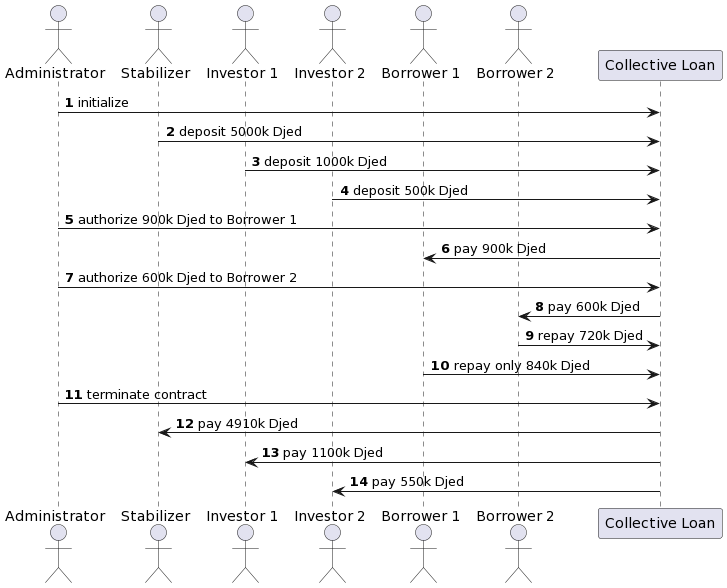
Above: stabilized-collective-loan-interaction.png in input-output-hk/real-world-marlowe (PlantUML), before the change.
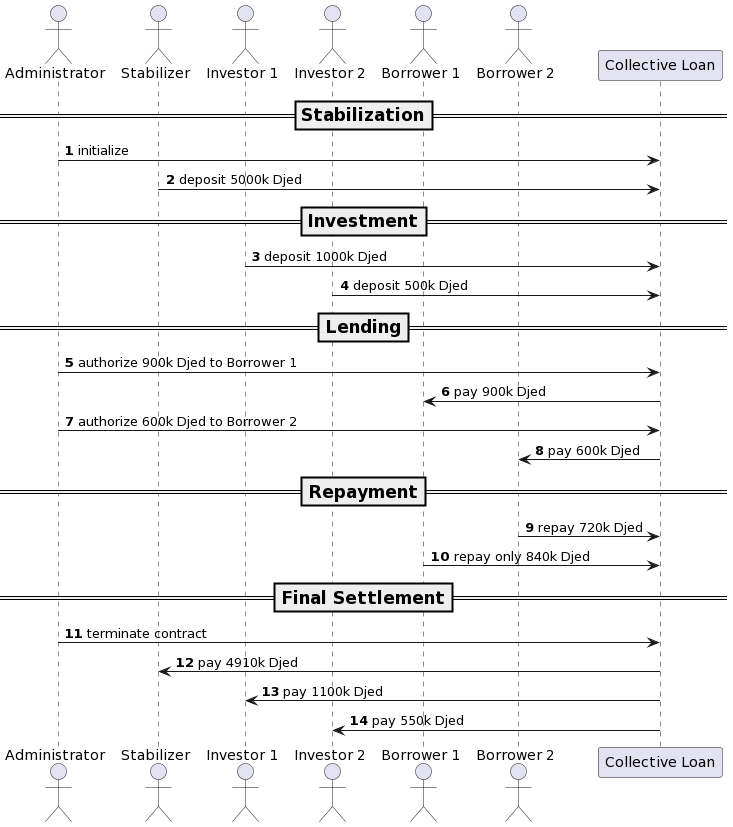
Later version of the same file.

Commit message:
SCP-4403 Attempted to run stabilized collective loan.

The edit, as a diff of the source:
```diff
@@ -11,12 +11,18 @@
 actor "Borrower 2"  as borrower2
 participant "Collective Loan" as pool
 
+=== Stabilization ==
+
 administrator -> pool: initialize
 
 stabilizer -> pool: deposit 5000k Djed
 
+=== Investment ==
+
 investor1 -> pool: deposit 1000k Djed
 investor2 -> pool: deposit 500k Djed
+
+=== Lending ==
 
 administrator -> pool: authorize 900k Djed to Borrower 1
 pool -> borrower1: pay 900k Djed
@@ -24,9 +30,13 @@
 administrator -> pool: authorize 600k Djed to Borrower 2
 pool -> borrower2: pay 600k Djed
 
+=== Repayment ==
+
 borrower2 -> pool: repay 720k Djed
 
 borrower1 -> pool: repay only 840k Djed
+
+=== Final Settlement ==
 
 administrator -> pool: terminate contract
 
```
